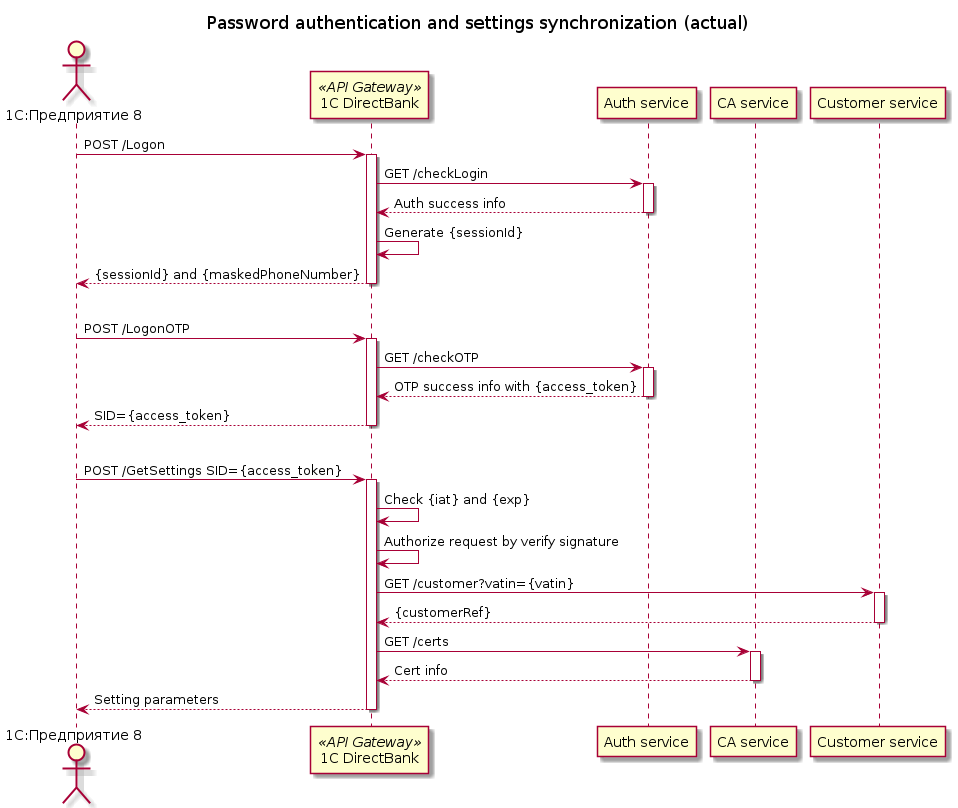
Earlier version of the PlantUML export assets/images/diagrams/1c-directbank-auth/sequence-proposal/1c-directbank-proposal-auth&sync-sequence.png (RaikBitters/ibank-internal-services). Source of this version:
```plantuml
@startuml 1c-directbank-proposal-auth&sync-sequence

actor "1C:Предприятие 8" as 1CERP
participant "1C DirectBank" as 1CDirect <<API Gateway>>
participant "Auth service" as AutheService
participant "CA service" as CAService
participant "Customer service" as CustomerService

title Password authentication and settings synchronization (actual)

1CERP -> 1CDirect: POST /Logon
activate 1CDirect

1CDirect -> AutheService: GET /checkLogin
activate AutheService
return Auth success info

1CDirect -> 1CDirect: Generate {sessionId}
return {sessionId} and {maskedPhoneNumber}

|||

1CERP -> 1CDirect: POST /LogonOTP
activate 1CDirect

1CDirect -> AutheService: GET /checkOTP
activate AutheService

return OTP success info with {access_token}

return SID={access_token}

|||

1CERP -> 1CDirect: POST /GetSettings SID={access_token}
activate 1CDirect

1CDirect -> 1CDirect: Check {iat} and {exp}
1CDirect -> 1CDirect: Authorize request by verify signature

1CDirect -> CustomerService: GET /customer?vatin={vatin}
activate CustomerService

return {customerRef}

1CDirect -> CAService: GET /certs
activate CAService

return Cert info

return Setting parameters

@enduml
```
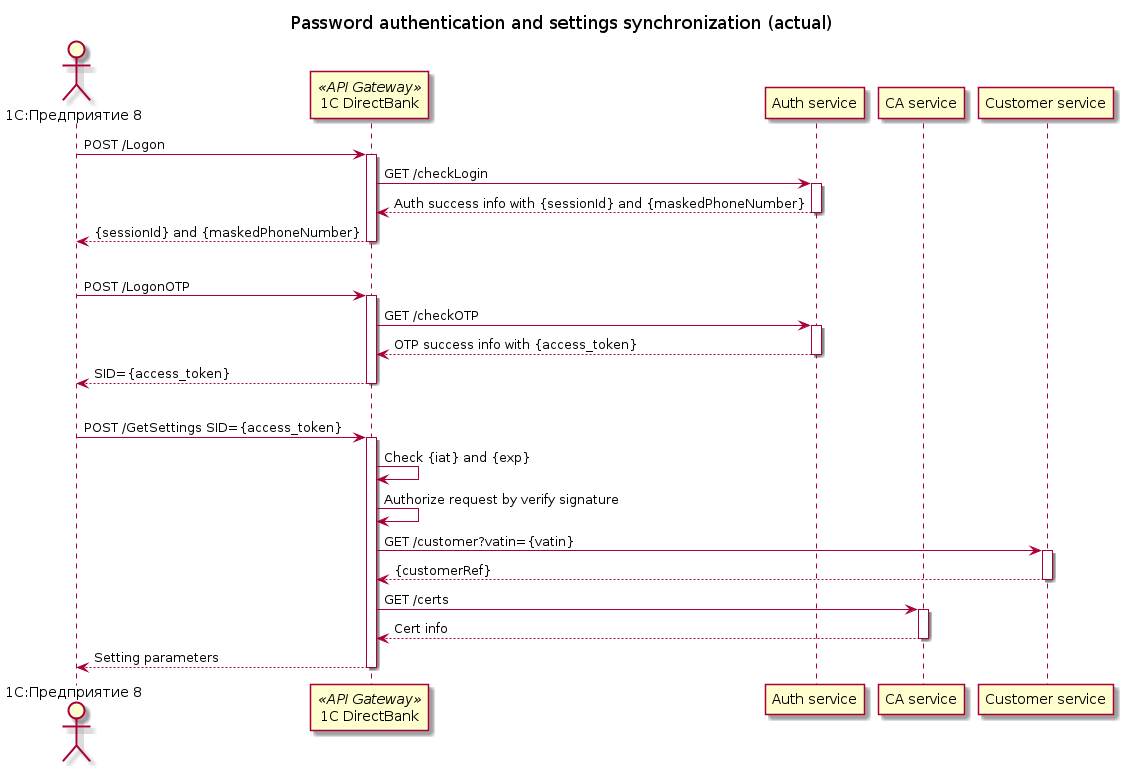
The same file after the commit.

Commit message:
Updated 1c-directbank-proposal-auth&sync-sequence

Change to the diagram source:
```diff
@@ -13,9 +13,9 @@
 
 1CDirect -> AutheService: GET /checkLogin
 activate AutheService
-return Auth success info
 
-1CDirect -> 1CDirect: Generate {sessionId}
+return Auth success info with {sessionId} and {maskedPhoneNumber}
+
 return {sessionId} and {maskedPhoneNumber}
 
 |||
```
